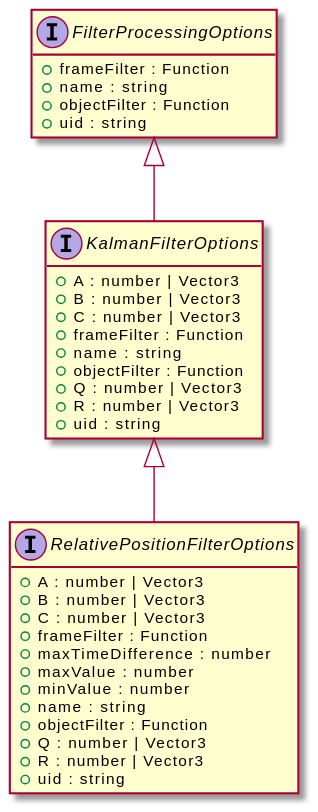
The PlantUML diagram assets/KalmanFilterOptions-umlClassDiagram-13699.svg in OpenHPS/openhps-core, before a commit.
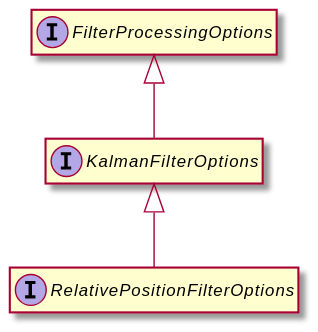
Later version of the same file.

Diff of the diagram source:
```diff
@@ -3,36 +3,11 @@
 hide empty methods
 hide empty fields
 interface "KalmanFilterOptions" {
-    +A : number | Vector3
-    +B : number | Vector3
-    +C : number | Vector3
-    +frameFilter : Function
-    +name : string
-    +objectFilter : Function
-    +Q : number | Vector3
-    +R : number | Vector3
-    +uid : string
 }
 interface "FilterProcessingOptions" {
-    +frameFilter : Function
-    +name : string
-    +objectFilter : Function
-    +uid : string
 }
 "FilterProcessingOptions" <|-- "KalmanFilterOptions"
 interface "RelativePositionFilterOptions" {
-    +A : number | Vector3
-    +B : number | Vector3
-    +C : number | Vector3
-    +frameFilter : Function
-    +maxTimeDifference : number
-    +maxValue : number
-    +minValue : number
-    +name : string
-    +objectFilter : Function
-    +Q : number | Vector3
-    +R : number | Vector3
-    +uid : string
 }
 "KalmanFilterOptions" <|-- "RelativePositionFilterOptions"
 @enduml
```
